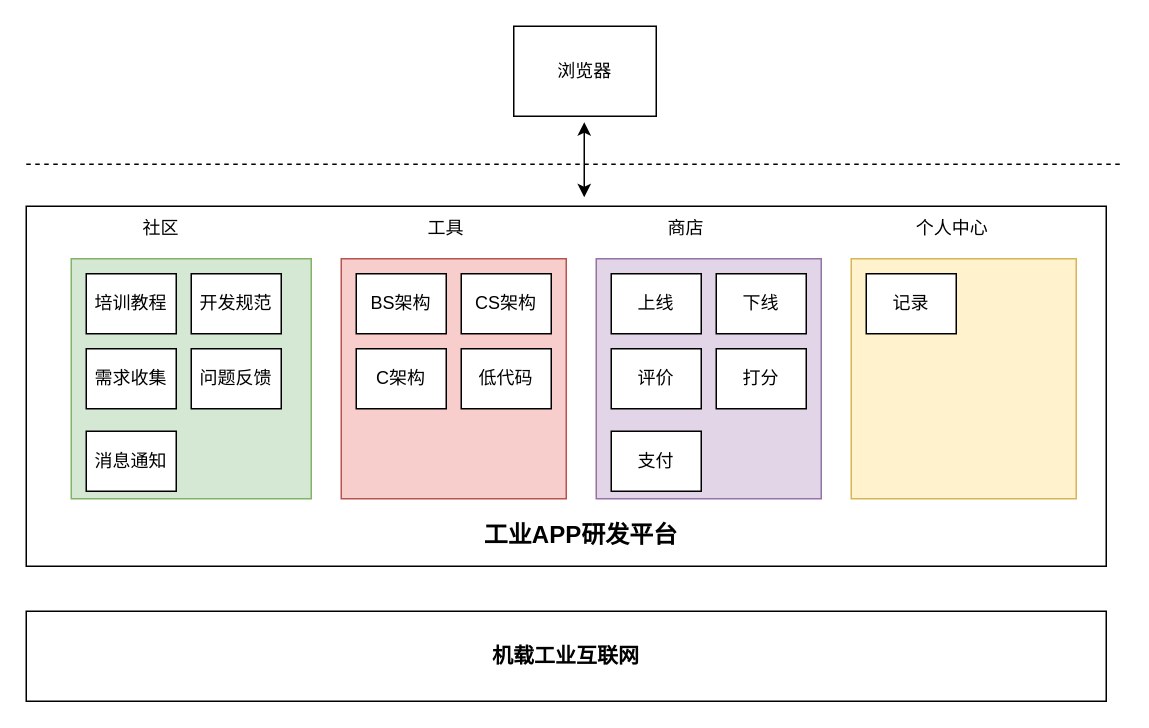
Earlier version of the draw.io diagram 未命名绘图.drawio (luomoweilan/bookmark). Source tidied: cells renumbered, new cells numbered last; positions are measured from the earlier drawing's top-left corner, leaving out a move shared by most shapes. Both pictures are drawn from the tidied source at 150%, with x=0, y=0 at pixel (26, 26).
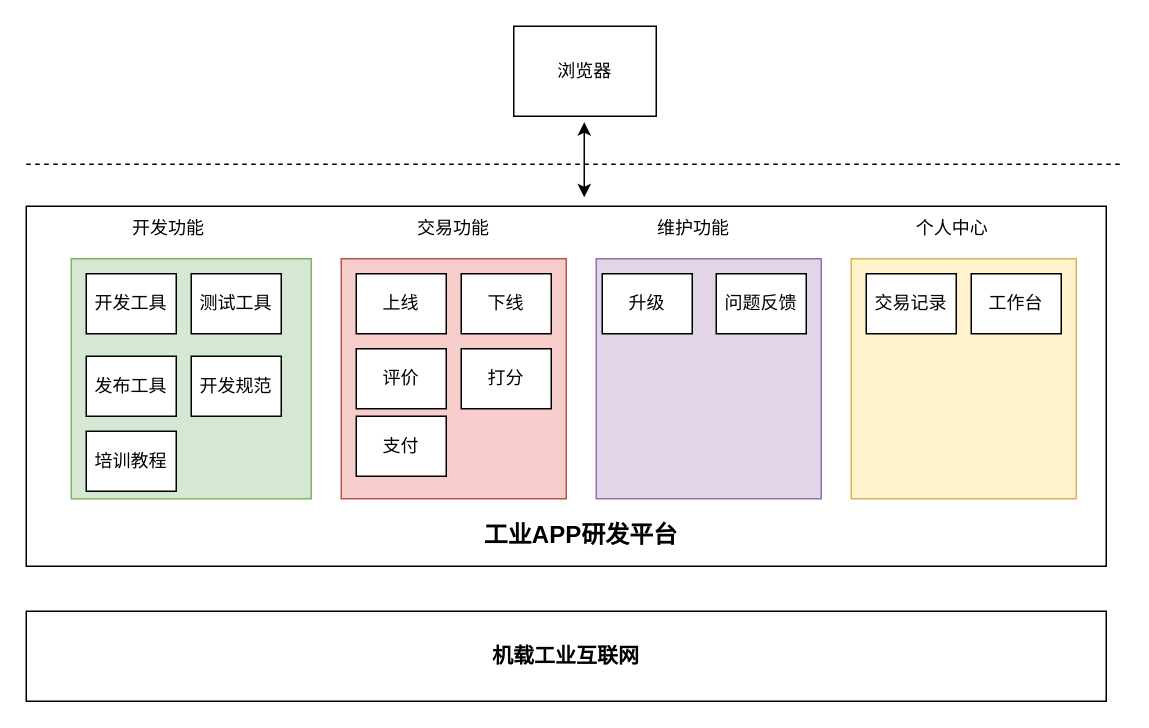
The same diagram, later.

Commit message:
更新未命名绘图.drawio

What changed in the source:
```diff
@@
-    <mxCell id="6" value="社区" style="text;html=1;strokeColor=none;fillColor=none;align=center;verticalAlign=middle;whiteSpace=wrap;rounded=0;" parent="1" vertex="1">
-      <mxGeometry x="70" y="125" width="40" height="20" as="geometry" />
+    <mxCell id="6" value="开发功能" style="text;html=1;strokeColor=none;fillColor=none;align=center;verticalAlign=middle;whiteSpace=wrap;rounded=0;" parent="1" vertex="1">
+      <mxGeometry x="70" y="125" width="50" height="20" as="geometry" />
     </mxCell>
-    <mxCell id="7" value="工具" style="text;html=1;strokeColor=none;fillColor=none;align=center;verticalAlign=middle;whiteSpace=wrap;rounded=0;" parent="1" vertex="1">
-      <mxGeometry x="260" y="125" width="40" height="20" as="geometry" />
+    <mxCell id="7" value="交易功能" style="text;html=1;strokeColor=none;fillColor=none;align=center;verticalAlign=middle;whiteSpace=wrap;rounded=0;" parent="1" vertex="1">
+      <mxGeometry x="260" y="125" width="50" height="20" as="geometry" />
     </mxCell>
-    <mxCell id="8" value="商店" style="text;html=1;strokeColor=none;fillColor=none;align=center;verticalAlign=middle;whiteSpace=wrap;rounded=0;" parent="1" vertex="1">
-      <mxGeometry x="420" y="125" width="40" height="20" as="geometry" />
+    <mxCell id="8" value="维护功能" style="text;html=1;strokeColor=none;fillColor=none;align=center;verticalAlign=middle;whiteSpace=wrap;rounded=0;" parent="1" vertex="1">
+      <mxGeometry x="420" y="125" width="50" height="20" as="geometry" />
     </mxCell>
     <mxCell id="9" value="培训教程" style="rounded=0;whiteSpace=wrap;html=1;" parent="1" vertex="1">
-      <mxGeometry x="40" y="165" width="60" height="40" as="geometry" />
+      <mxGeometry x="40" y="270" width="60" height="40" as="geometry" />
     </mxCell>
-    <mxCell id="10" value="BS架构" style="rounded=0;whiteSpace=wrap;html=1;" parent="1" vertex="1">
-      <mxGeometry x="220" y="165" width="60" height="40" as="geometry" />
+    <mxCell id="10" value="测试工具" style="rounded=0;whiteSpace=wrap;html=1;" parent="1" vertex="1">
+      <mxGeometry x="110" y="165" width="60" height="40" as="geometry" />
     </mxCell>
-    <mxCell id="11" value="CS架构" style="rounded=0;whiteSpace=wrap;html=1;" parent="1" vertex="1">
-      <mxGeometry x="290" y="165" width="60" height="40" as="geometry" />
+    <mxCell id="11" value="发布工具" style="rounded=0;whiteSpace=wrap;html=1;" parent="1" vertex="1">
+      <mxGeometry x="40" y="220" width="60" height="40" as="geometry" />
     </mxCell>
-    <mxCell id="12" value="C架构" style="rounded=0;whiteSpace=wrap;html=1;" parent="1" vertex="1">
-      <mxGeometry x="220" y="215" width="60" height="40" as="geometry" />
+    <mxCell id="12" value="开发工具" style="rounded=0;whiteSpace=wrap;html=1;" parent="1" vertex="1">
+      <mxGeometry x="40" y="165" width="60" height="40" as="geometry" />
     </mxCell>
-    <mxCell id="13" value="低代码" style="rounded=0;whiteSpace=wrap;html=1;" parent="1" vertex="1">
-      <mxGeometry x="290" y="215" width="60" height="40" as="geometry" />
-    </mxCell>
     <mxCell id="14" value="上线" style="rounded=0;whiteSpace=wrap;html=1;" parent="1" vertex="1">
-      <mxGeometry x="390" y="165" width="60" height="40" as="geometry" />
+      <mxGeometry x="220" y="165" width="60" height="40" as="geometry" />
     </mxCell>
     <mxCell id="15" value="下线" style="rounded=0;whiteSpace=wrap;html=1;" parent="1" vertex="1">
-      <mxGeometry x="460" y="165" width="60" height="40" as="geometry" />
+      <mxGeometry x="290" y="165" width="60" height="40" as="geometry" />
     </mxCell>
     <mxCell id="16" value="评价" style="rounded=0;whiteSpace=wrap;html=1;" parent="1" vertex="1">
-      <mxGeometry x="390" y="215" width="60" height="40" as="geometry" />
+      <mxGeometry x="220" y="215" width="60" height="40" as="geometry" />
     </mxCell>
     <mxCell id="17" value="打分" style="rounded=0;whiteSpace=wrap;html=1;" parent="1" vertex="1">
-      <mxGeometry x="460" y="215" width="60" height="40" as="geometry" />
+      <mxGeometry x="290" y="215" width="60" height="40" as="geometry" />
     </mxCell>
@@
-    <mxCell id="21" value="消息通知" style="rounded=0;whiteSpace=wrap;html=1;" parent="1" vertex="1">
-      <mxGeometry x="40" y="270" width="60" height="40" as="geometry" />
+    <mxCell id="21" value="升级" style="rounded=0;whiteSpace=wrap;html=1;" parent="1" vertex="1">
+      <mxGeometry x="384" y="165" width="60" height="40" as="geometry" />
     </mxCell>
-    <mxCell id="22" value="需求收集" style="rounded=0;whiteSpace=wrap;html=1;" parent="1" vertex="1">
-      <mxGeometry x="40" y="215" width="60" height="40" as="geometry" />
-    </mxCell>
     <mxCell id="23" value="问题反馈" style="rounded=0;whiteSpace=wrap;html=1;" parent="1" vertex="1">
-      <mxGeometry x="110" y="215" width="60" height="40" as="geometry" />
+      <mxGeometry x="460" y="165" width="60" height="40" as="geometry" />
     </mxCell>
     <mxCell id="24" value="支付" style="rounded=0;whiteSpace=wrap;html=1;" parent="1" vertex="1">
-      <mxGeometry x="390" y="270" width="60" height="40" as="geometry" />
+      <mxGeometry x="220" y="260" width="60" height="40" as="geometry" />
     </mxCell>
     <mxCell id="25" value="开发规范" style="rounded=0;whiteSpace=wrap;html=1;" parent="1" vertex="1">
-      <mxGeometry x="110" y="165" width="60" height="40" as="geometry" />
+      <mxGeometry x="110" y="220" width="60" height="40" as="geometry" />
     </mxCell>
@@
-    <mxCell id="29" value="记录" style="rounded=0;whiteSpace=wrap;html=1;" parent="1" vertex="1">
+    <mxCell id="29" value="交易记录" style="rounded=0;whiteSpace=wrap;html=1;" parent="1" vertex="1">
       <mxGeometry x="560" y="165" width="60" height="40" as="geometry" />
     </mxCell>
@@
+    <mxCell id="31" value="工作台" style="rounded=0;whiteSpace=wrap;html=1;" parent="1" vertex="1">
+      <mxGeometry x="630" y="165" width="60" height="40" as="geometry" />
+    </mxCell>
```
